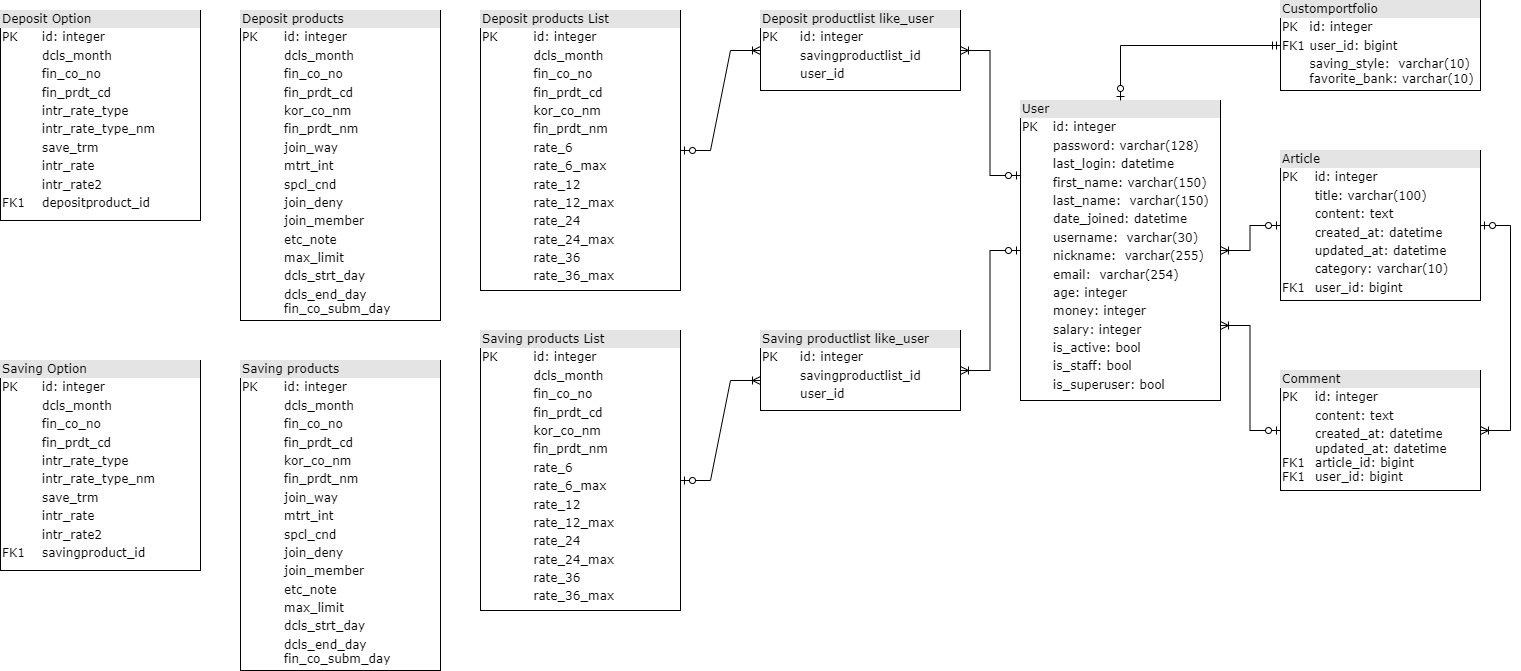
This is image/erd.png from hhheeeeee/Bank-Sailor, a draw.io export, as it was before one commit. Source tidied: cells renumbered, new cells last; positions are measured from the earlier drawing's top-left corner, leaving out a move shared by most shapes.
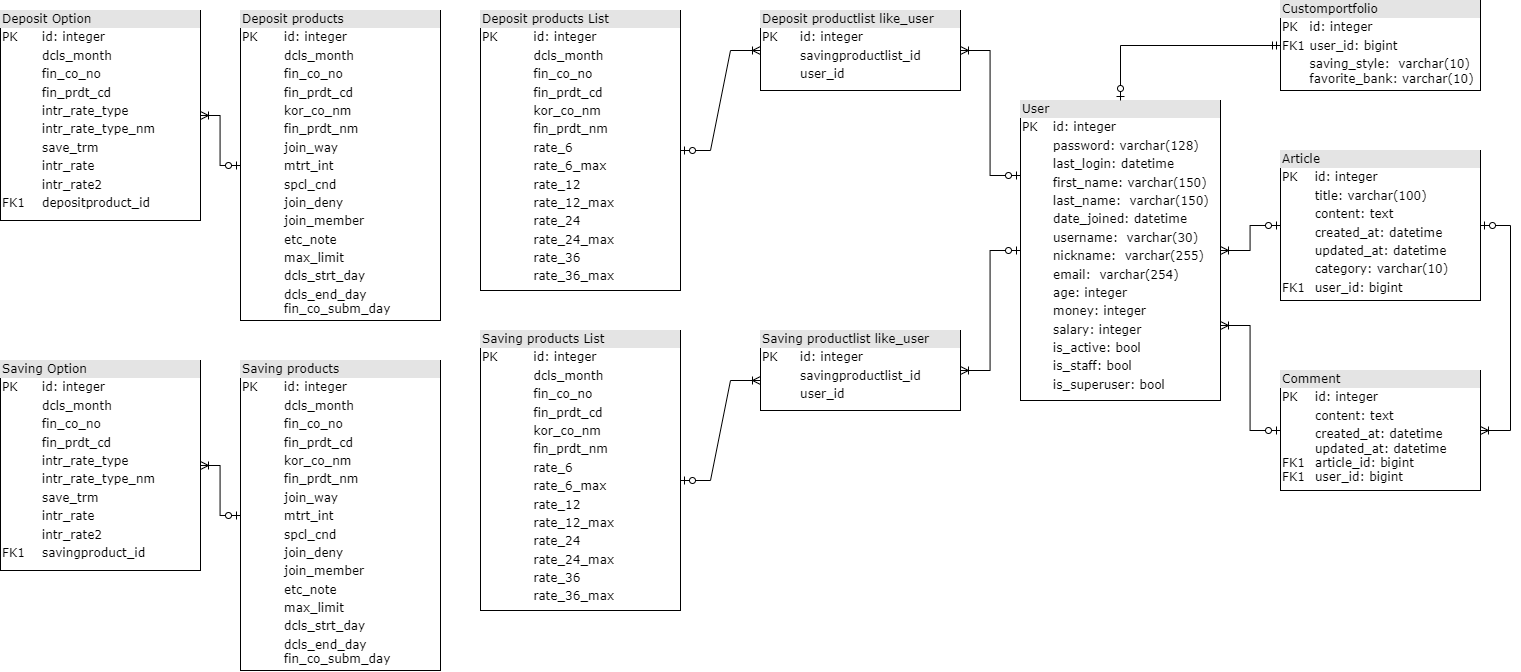
Later version of the same file.

Commit message:
readme 에 들어가는 erd 파일 수정

Change to the diagram source:
```diff
@@ -98,5 +98,11 @@
         </Array>
       </mxGeometry>
     </mxCell>
+    <mxCell id="22" style="edgeStyle=elbowEdgeStyle;fontSize=12;html=1;endArrow=ERoneToMany;startArrow=ERzeroToOne;rounded=0;exitX=0;exitY=0.5;exitDx=0;exitDy=0;entryX=1;entryY=0.5;entryDx=0;entryDy=0;" parent="1" edge="1" source="10" target="7">
+      <mxGeometry relative="1" as="geometry" />
+    </mxCell>
+    <mxCell id="23" style="edgeStyle=elbowEdgeStyle;fontSize=12;html=1;endArrow=ERoneToMany;startArrow=ERzeroToOne;rounded=0;exitX=0;exitY=0.5;exitDx=0;exitDy=0;entryX=1;entryY=0.5;entryDx=0;entryDy=0;" parent="1" edge="1" source="8" target="9">
+      <mxGeometry relative="1" as="geometry" />
+    </mxCell>
   </root>
 </mxGraphModel>
```
